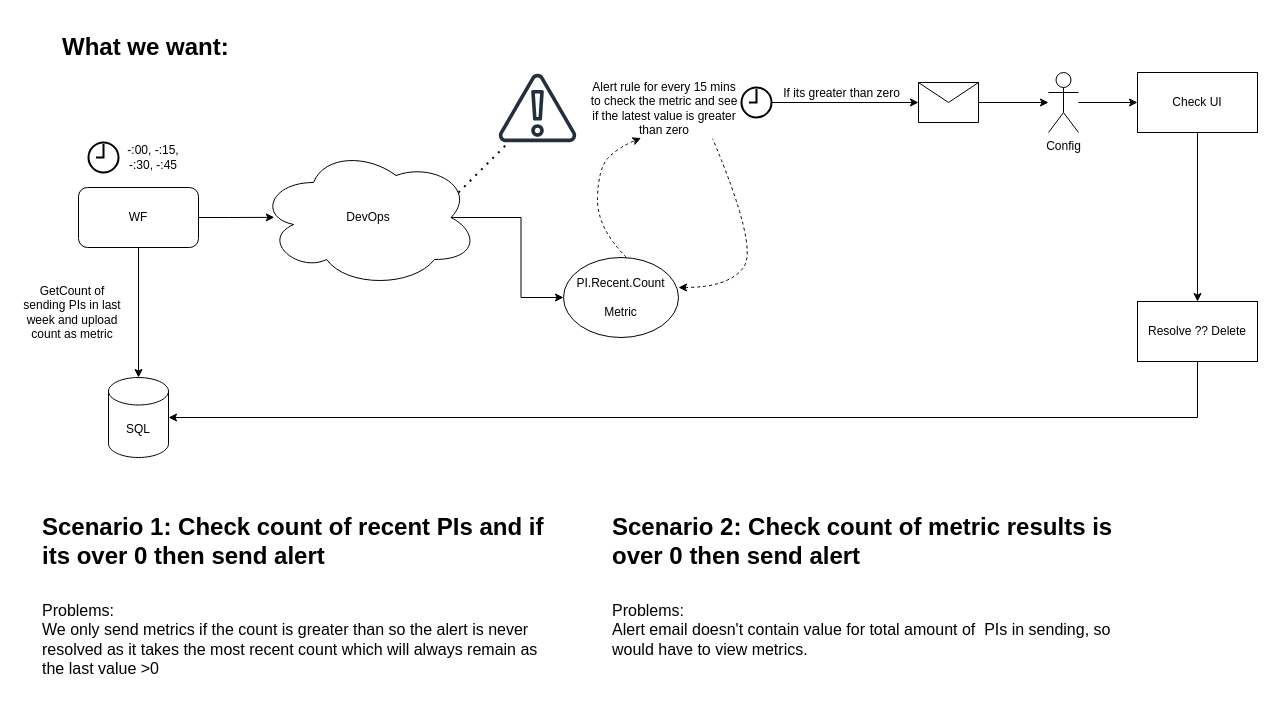
Before: Metrics.drawio in jfaghy/drawings, a draw.io diagram. Source tidied: cells renumbered, new cells numbered last; positions are measured from the earlier drawing's top-left corner, leaving out a move shared by most shapes. Both pictures are drawn from the tidied source at 100%, with x=0, y=0 at pixel (17, 27).
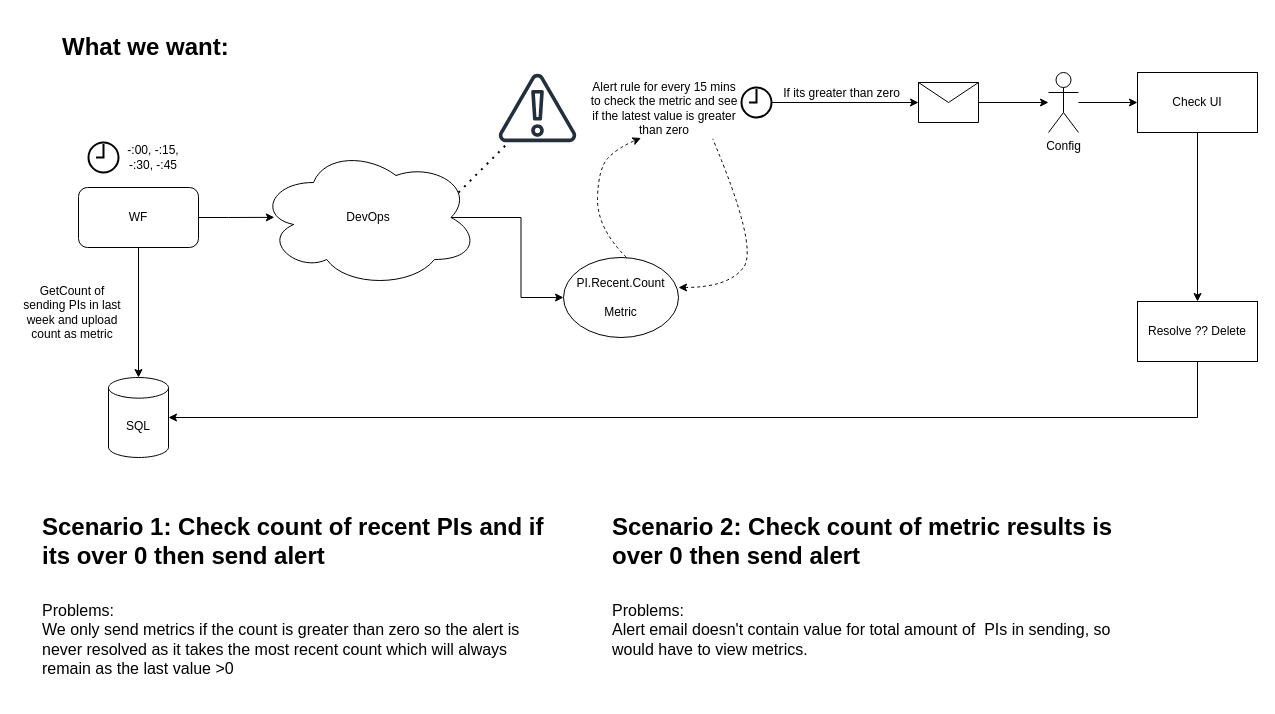
After the change.

What changed in the source:
```diff
@@
-    <mxCell id="26" value="SQL" style="shape=cylinder3;whiteSpace=wrap;html=1;boundedLbl=1;backgroundOutline=1;size=13.75;" parent="1" vertex="1">
+    <mxCell id="26" value="SQL" style="shape=cylinder3;whiteSpace=wrap;html=1;boundedLbl=1;backgroundOutline=1;size=10.333333333333428;" parent="1" vertex="1">
       <mxGeometry x="91" y="350" width="60" height="80" as="geometry" />
     </mxCell>
@@
-    <mxCell id="29" value="&lt;h1&gt;Scenario 1: Check count of recent PIs and if its over 0 then send alert&lt;/h1&gt;&lt;div&gt;&lt;br&gt;&lt;/div&gt;&lt;div style=&quot;font-size: 16px;&quot;&gt;&lt;font style=&quot;font-size: 16px;&quot;&gt;Problems:&lt;/font&gt;&lt;/div&gt;&lt;div style=&quot;font-size: 16px;&quot;&gt;&lt;font style=&quot;font-size: 16px;&quot;&gt;We only send metrics if the count is greater than so the alert is never resolved as it takes the most recent count which will always remain as the last value &amp;gt;0&lt;/font&gt;&lt;/div&gt;&lt;div style=&quot;font-size: 16px;&quot;&gt;&lt;br&gt;&lt;/div&gt;" style="text;html=1;strokeColor=none;fillColor=none;spacing=5;spacingTop=-20;whiteSpace=wrap;overflow=hidden;rounded=0;" parent="1" vertex="1">
+    <mxCell id="29" value="&lt;h1&gt;Scenario 1: Check count of recent PIs and if its over 0 then send alert&lt;/h1&gt;&lt;div&gt;&lt;br&gt;&lt;/div&gt;&lt;div style=&quot;font-size: 16px;&quot;&gt;&lt;font style=&quot;font-size: 16px;&quot;&gt;Problems:&lt;/font&gt;&lt;/div&gt;&lt;div style=&quot;font-size: 16px;&quot;&gt;&lt;font style=&quot;font-size: 16px;&quot;&gt;We only send metrics if the count is greater than zero so the alert is never resolved as it takes the most recent count which will always remain as the last value &amp;gt;0&lt;/font&gt;&lt;/div&gt;&lt;div style=&quot;font-size: 16px;&quot;&gt;&lt;br&gt;&lt;/div&gt;" style="text;html=1;strokeColor=none;fillColor=none;spacing=5;spacingTop=-20;whiteSpace=wrap;overflow=hidden;rounded=0;" parent="1" vertex="1">
       <mxGeometry x="20" y="480" width="520" height="190" as="geometry" />
     </mxCell>
```
